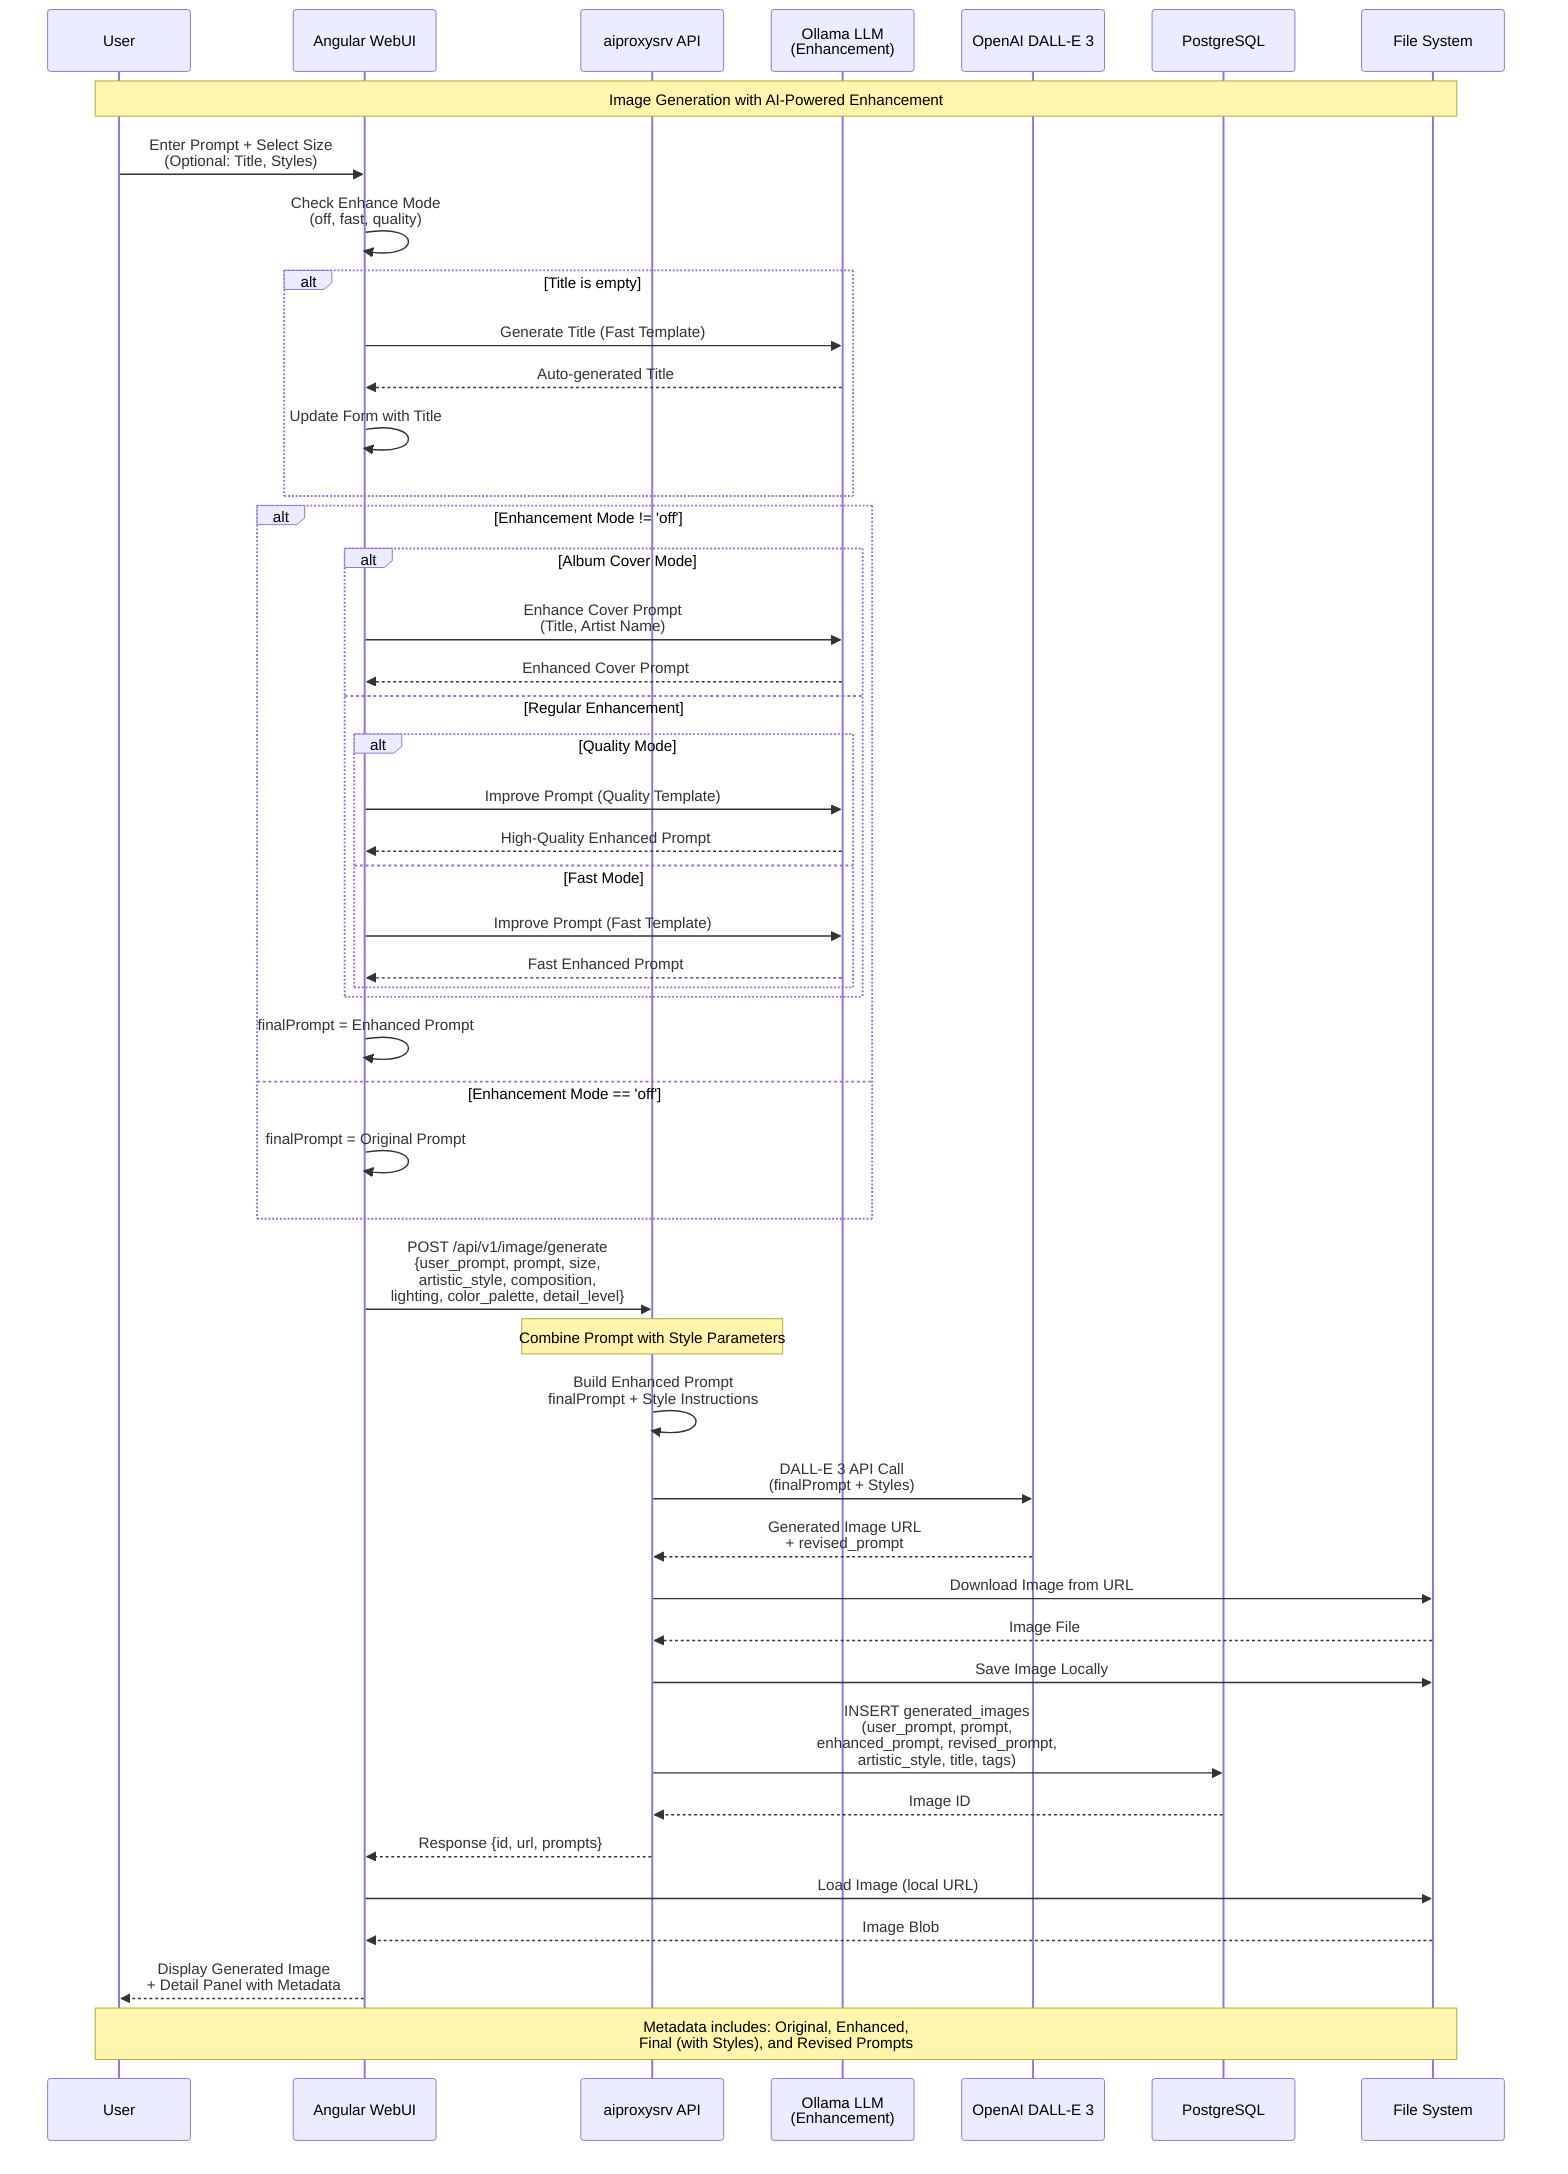
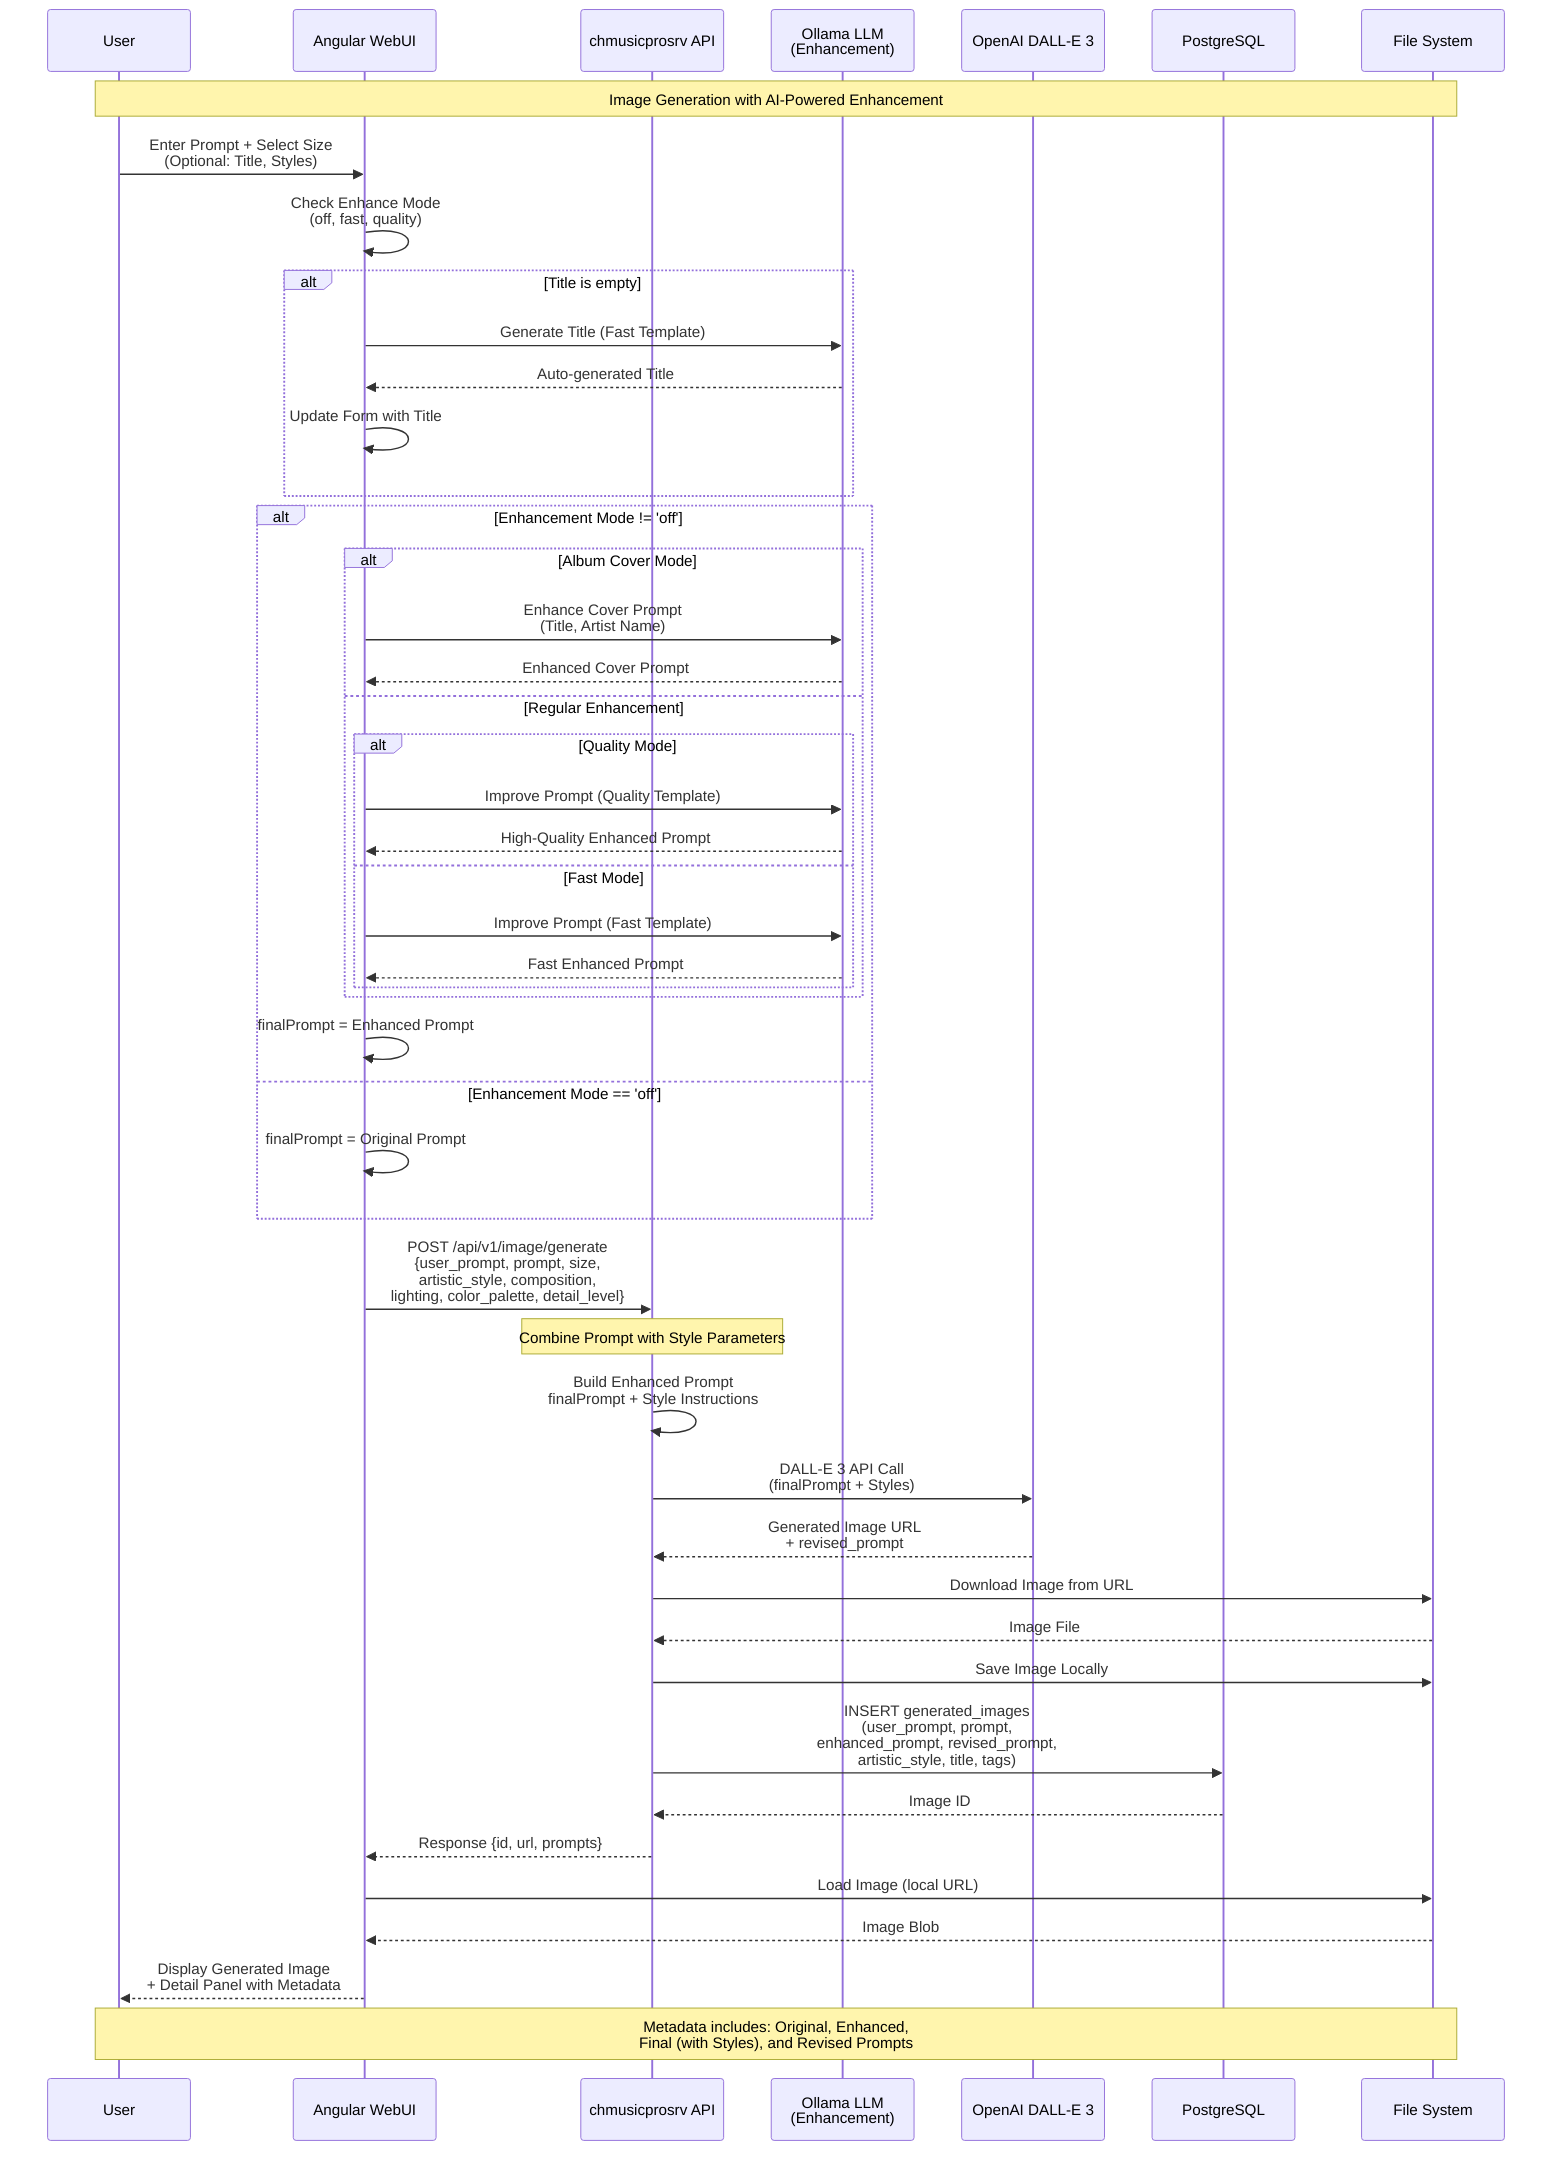
sequenceDiagram
    participant User
    participant WebUI as Angular WebUI
-     participant API as aiproxysrv API
+     participant API as chmusicprosrv API
    participant Ollama as Ollama LLM<br/>(Enhancement)
    participant OpenAI as OpenAI DALL-E 3
    participant DB as PostgreSQL
    participant Files as File System

    Note over User,Files: Image Generation with AI-Powered Enhancement

    User->>WebUI: Enter Prompt + Select Size<br/>(Optional: Title, Styles)
    WebUI->>WebUI: Check Enhance Mode<br/>(off, fast, quality)

    alt Title is empty
        WebUI->>Ollama: Generate Title (Fast Template)
        Ollama-->>WebUI: Auto-generated Title
        WebUI->>WebUI: Update Form with Title
    end

    alt Enhancement Mode != 'off'
        alt Album Cover Mode
            WebUI->>Ollama: Enhance Cover Prompt<br/>(Title, Artist Name)
            Ollama-->>WebUI: Enhanced Cover Prompt
        else Regular Enhancement
            alt Quality Mode
                WebUI->>Ollama: Improve Prompt (Quality Template)
                Ollama-->>WebUI: High-Quality Enhanced Prompt
            else Fast Mode
                WebUI->>Ollama: Improve Prompt (Fast Template)
                Ollama-->>WebUI: Fast Enhanced Prompt
            end
        end
        WebUI->>WebUI: finalPrompt = Enhanced Prompt
    else Enhancement Mode == 'off'
        WebUI->>WebUI: finalPrompt = Original Prompt
    end

    WebUI->>API: POST /api/v1/image/generate<br/>{user_prompt, prompt, size,<br/>artistic_style, composition,<br/>lighting, color_palette, detail_level}

    Note over API: Combine Prompt with Style Parameters

    API->>API: Build Enhanced Prompt<br/>finalPrompt + Style Instructions

    API->>OpenAI: DALL-E 3 API Call<br/>(finalPrompt + Styles)
    OpenAI-->>API: Generated Image URL<br/>+ revised_prompt

    API->>Files: Download Image from URL
    Files-->>API: Image File
    API->>Files: Save Image Locally

    API->>DB: INSERT generated_images<br/>(user_prompt, prompt,<br/>enhanced_prompt, revised_prompt,<br/>artistic_style, title, tags)

    DB-->>API: Image ID

    API-->>WebUI: Response {id, url, prompts}

    WebUI->>Files: Load Image (local URL)
    Files-->>WebUI: Image Blob

    WebUI-->>User: Display Generated Image<br/>+ Detail Panel with Metadata

    Note over User,Files: Metadata includes: Original, Enhanced,<br/>Final (with Styles), and Revised Prompts
